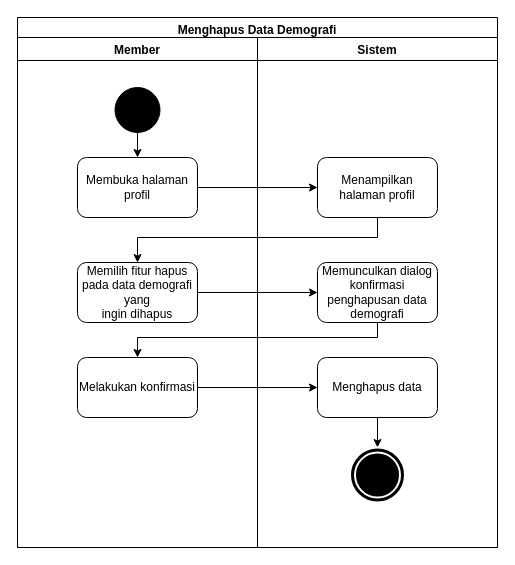
The draw.io diagram Diagram/Activity Diagram/11. menghapus data demografi.drawio in techie-jhs/thesis, before the edit. Source tidied: cells renumbered, new cells numbered last; positions are measured from the earlier drawing's top-left corner, leaving out a move shared by most shapes. Both pictures are drawn from the tidied source at 100%, with x=0, y=0 at pixel (17, 17).
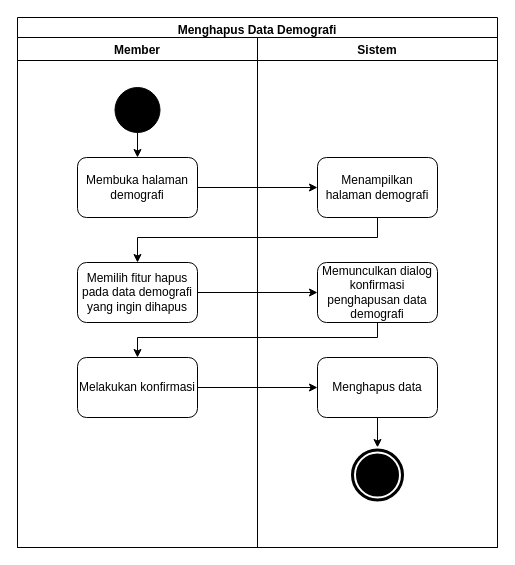
The same page after the edit.

Unchanged cells that the change refers to:
```xml
<mxCell id="3" value="Member" style="swimlane;" parent="2" vertex="1">
  <mxGeometry y="20" width="240" height="510" as="geometry" />
</mxCell>
<mxCell id="8" value="Sistem" style="swimlane;" parent="2" vertex="1">
  <mxGeometry x="240" y="20" width="240" height="510" as="geometry" />
</mxCell>
```

The edit, as a diff of the source:
```diff
@@
-    <mxCell id="6" value="Membuka halaman profil" style="rounded=1;whiteSpace=wrap;html=1;fillColor=none;" parent="3" vertex="1">
+    <mxCell id="6" value="Membuka halaman demografi" style="rounded=1;whiteSpace=wrap;html=1;fillColor=none;" parent="3" vertex="1">
       <mxGeometry x="60" y="120" width="120" height="60" as="geometry" />
     </mxCell>
-    <mxCell id="7" value="Memilih fitur hapus pada data demografi yang&lt;br&gt;ingin dihapus" style="rounded=1;whiteSpace=wrap;html=1;fillColor=none;" parent="3" vertex="1">
+    <mxCell id="7" value="Memilih fitur hapus pada data demografi yang ingin dihapus" style="rounded=1;whiteSpace=wrap;html=1;fillColor=none;" parent="3" vertex="1">
       <mxGeometry x="60" y="225" width="120" height="60" as="geometry" />
     </mxCell>
@@
-    <mxCell id="9" value="Menampilkan halaman profil" style="rounded=1;whiteSpace=wrap;html=1;fillColor=none;" parent="8" vertex="1">
+    <mxCell id="9" value="Menampilkan halaman demografi" style="rounded=1;whiteSpace=wrap;html=1;fillColor=none;" parent="8" vertex="1">
       <mxGeometry x="60" y="120" width="120" height="60" as="geometry" />
     </mxCell>
```
